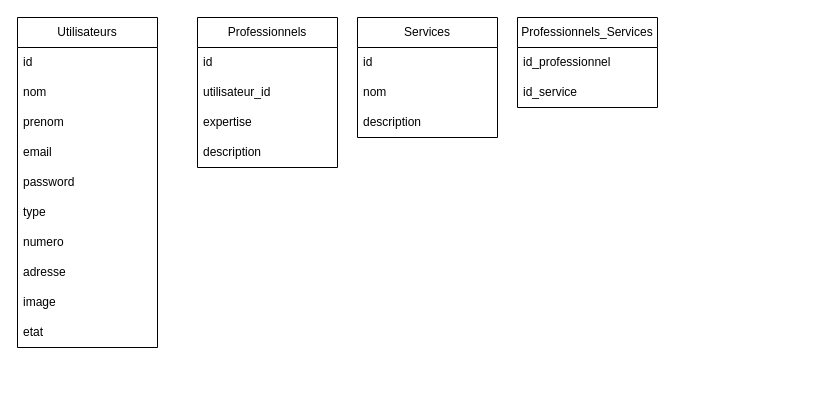
Earlier version of the draw.io diagram modelisation_trouver.drawio (MasirikaConstantin/mas). Source tidied: cells renumbered, new cells numbered last; positions are measured from the earlier drawing's top-left corner, leaving out a move shared by most shapes. Both pictures are drawn from the tidied source at 100%, with x=0, y=0 at pixel (17, 17).
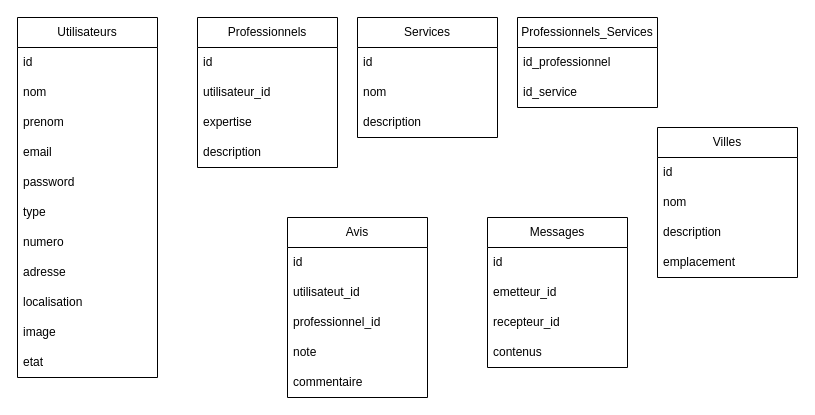
The same diagram, later.

Commit message (it also covers changes not shown here):
Mettre à jour modelisation_trouver.drawio

What changed in the source:
```diff
@@
     <mxCell id="2" value="Utilisateurs" style="swimlane;fontStyle=0;horizontal=1;startSize=30;whiteSpace=wrap;html=1;" parent="1" vertex="1">
-      <mxGeometry width="140" height="330" as="geometry" />
+      <mxGeometry width="140" height="360" as="geometry" />
     </mxCell>
@@
+    <mxCell id="25" value="localisation" style="text;strokeColor=none;fillColor=none;align=left;verticalAlign=middle;spacingLeft=4;spacingRight=4;overflow=hidden;whiteSpace=wrap;html=1;" parent="2" vertex="1">
+      <mxGeometry y="270" width="140" height="30" as="geometry" />
+    </mxCell>
     <mxCell id="11" value="image" style="text;strokeColor=none;fillColor=none;align=left;verticalAlign=middle;spacingLeft=4;spacingRight=4;overflow=hidden;whiteSpace=wrap;html=1;" parent="2" vertex="1">
-      <mxGeometry y="270" width="140" height="30" as="geometry" />
+      <mxGeometry y="300" width="140" height="30" as="geometry" />
     </mxCell>
     <mxCell id="12" value="etat" style="text;strokeColor=none;fillColor=none;align=left;verticalAlign=middle;spacingLeft=4;spacingRight=4;overflow=hidden;whiteSpace=wrap;html=1;" parent="2" vertex="1">
-      <mxGeometry y="300" width="140" height="30" as="geometry" />
+      <mxGeometry y="330" width="140" height="30" as="geometry" />
     </mxCell>
@@
+    <mxCell id="26" value="Avis" style="swimlane;fontStyle=0;horizontal=1;startSize=30;whiteSpace=wrap;html=1;" parent="1" vertex="1">
+      <mxGeometry x="270" y="200" width="140" height="180" as="geometry" />
+    </mxCell>
+    <mxCell id="27" value="id" style="text;strokeColor=none;fillColor=none;align=left;verticalAlign=middle;spacingLeft=4;spacingRight=4;overflow=hidden;whiteSpace=wrap;html=1;" parent="26" vertex="1">
+      <mxGeometry y="30" width="140" height="30" as="geometry" />
+    </mxCell>
+    <mxCell id="28" value="utilisateut_id" style="text;strokeColor=none;fillColor=none;align=left;verticalAlign=middle;spacingLeft=4;spacingRight=4;overflow=hidden;whiteSpace=wrap;html=1;" parent="26" vertex="1">
+      <mxGeometry y="60" width="140" height="30" as="geometry" />
+    </mxCell>
+    <mxCell id="29" value="professionnel_id" style="text;strokeColor=none;fillColor=none;align=left;verticalAlign=middle;spacingLeft=4;spacingRight=4;overflow=hidden;whiteSpace=wrap;html=1;" parent="26" vertex="1">
+      <mxGeometry y="90" width="140" height="30" as="geometry" />
+    </mxCell>
+    <mxCell id="30" value="note" style="text;strokeColor=none;fillColor=none;align=left;verticalAlign=middle;spacingLeft=4;spacingRight=4;overflow=hidden;whiteSpace=wrap;html=1;" parent="26" vertex="1">
+      <mxGeometry y="120" width="140" height="30" as="geometry" />
+    </mxCell>
+    <mxCell id="31" value="commentaire" style="text;strokeColor=none;fillColor=none;align=left;verticalAlign=middle;spacingLeft=4;spacingRight=4;overflow=hidden;whiteSpace=wrap;html=1;" parent="26" vertex="1">
+      <mxGeometry y="150" width="140" height="30" as="geometry" />
+    </mxCell>
+    <mxCell id="32" value="Messages" style="swimlane;fontStyle=0;horizontal=1;startSize=30;whiteSpace=wrap;html=1;" parent="1" vertex="1">
+      <mxGeometry x="470" y="200" width="140" height="150" as="geometry" />
+    </mxCell>
+    <mxCell id="33" value="id" style="text;strokeColor=none;fillColor=none;align=left;verticalAlign=middle;spacingLeft=4;spacingRight=4;overflow=hidden;whiteSpace=wrap;html=1;" parent="32" vertex="1">
+      <mxGeometry y="30" width="140" height="30" as="geometry" />
+    </mxCell>
+    <mxCell id="34" value="emetteur_id" style="text;strokeColor=none;fillColor=none;align=left;verticalAlign=middle;spacingLeft=4;spacingRight=4;overflow=hidden;whiteSpace=wrap;html=1;" parent="32" vertex="1">
+      <mxGeometry y="60" width="140" height="30" as="geometry" />
+    </mxCell>
+    <mxCell id="35" value="recepteur_id" style="text;strokeColor=none;fillColor=none;align=left;verticalAlign=middle;spacingLeft=4;spacingRight=4;overflow=hidden;whiteSpace=wrap;html=1;" parent="32" vertex="1">
+      <mxGeometry y="90" width="140" height="30" as="geometry" />
+    </mxCell>
+    <mxCell id="36" value="contenus" style="text;strokeColor=none;fillColor=none;align=left;verticalAlign=middle;spacingLeft=4;spacingRight=4;overflow=hidden;whiteSpace=wrap;html=1;" parent="32" vertex="1">
+      <mxGeometry y="120" width="140" height="30" as="geometry" />
+    </mxCell>
+    <mxCell id="37" value="Villes" style="swimlane;fontStyle=0;horizontal=1;startSize=30;whiteSpace=wrap;html=1;" parent="1" vertex="1">
+      <mxGeometry x="640" y="110" width="140" height="150" as="geometry" />
+    </mxCell>
+    <mxCell id="38" value="id" style="text;strokeColor=none;fillColor=none;align=left;verticalAlign=middle;spacingLeft=4;spacingRight=4;overflow=hidden;whiteSpace=wrap;html=1;" parent="37" vertex="1">
+      <mxGeometry y="30" width="140" height="30" as="geometry" />
+    </mxCell>
+    <mxCell id="39" value="nom" style="text;strokeColor=none;fillColor=none;align=left;verticalAlign=middle;spacingLeft=4;spacingRight=4;overflow=hidden;whiteSpace=wrap;html=1;" parent="37" vertex="1">
+      <mxGeometry y="60" width="140" height="30" as="geometry" />
+    </mxCell>
+    <mxCell id="40" value="description" style="text;strokeColor=none;fillColor=none;align=left;verticalAlign=middle;spacingLeft=4;spacingRight=4;overflow=hidden;whiteSpace=wrap;html=1;" parent="37" vertex="1">
+      <mxGeometry y="90" width="140" height="30" as="geometry" />
+    </mxCell>
+    <mxCell id="41" value="emplacement" style="text;strokeColor=none;fillColor=none;align=left;verticalAlign=middle;spacingLeft=4;spacingRight=4;overflow=hidden;whiteSpace=wrap;html=1;" parent="37" vertex="1">
+      <mxGeometry y="120" width="140" height="30" as="geometry" />
+    </mxCell>
```
